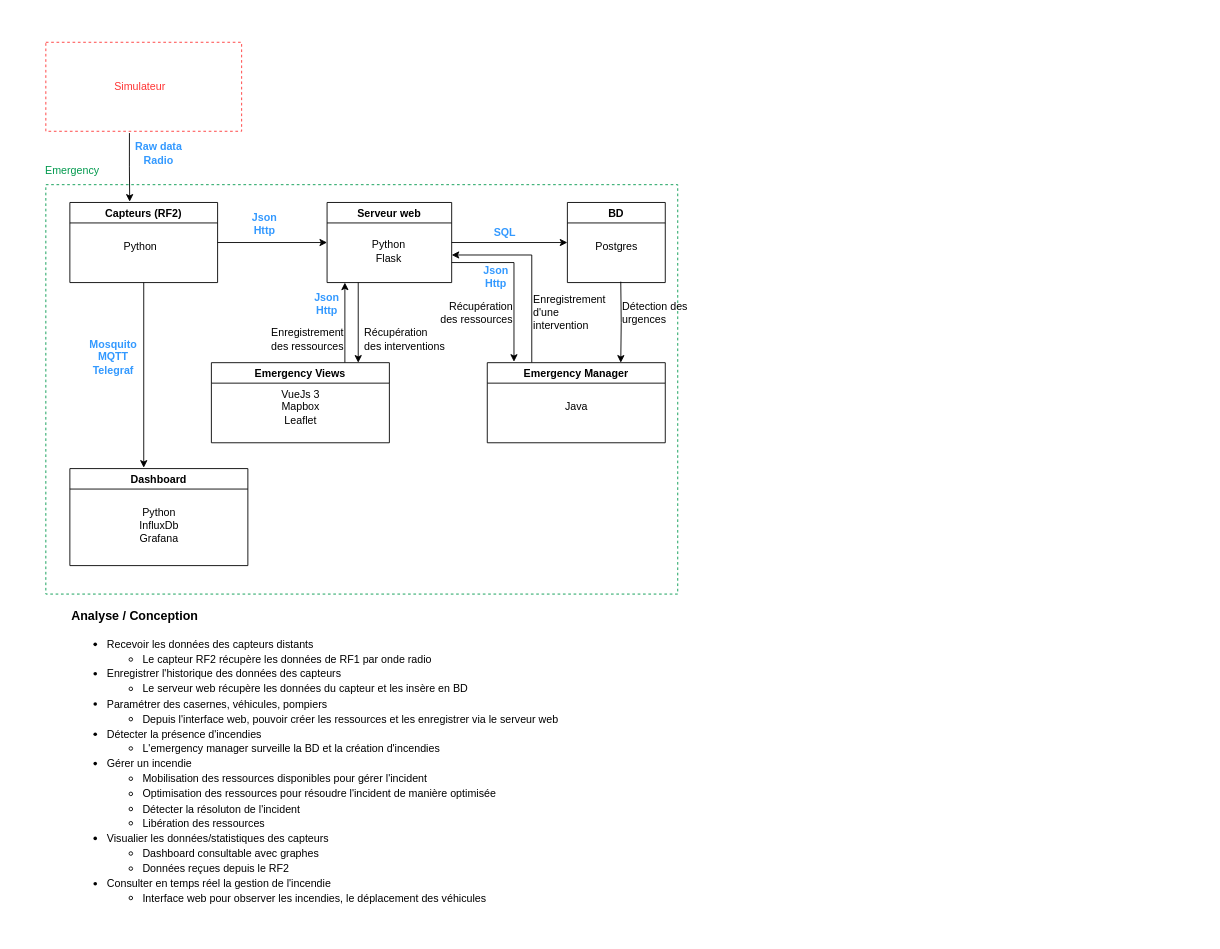
Before: Conception/Emergency_Analyse.drawio in GOROVSKY/projet-scientifique, a draw.io diagram. Source tidied: cells renumbered, new cells numbered last; positions are measured from the earlier drawing's top-left corner, leaving out a move shared by most shapes. Both pictures are drawn from the tidied source at 89%, with x=0, y=0 at pixel (45, 42).
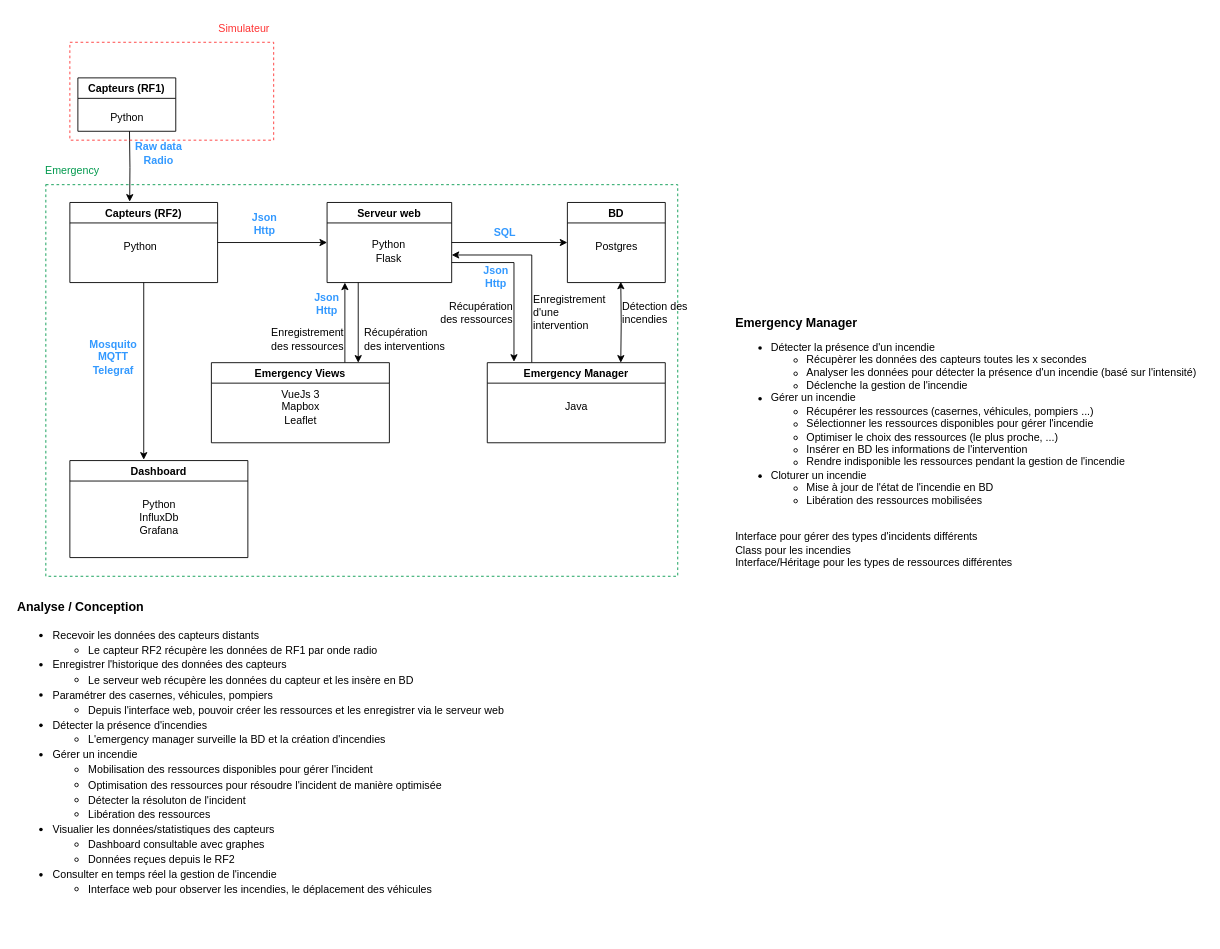
The same page after the edit.

The change refers to these unchanged cells:
```xml
<mxCell id="10" value="Capteurs (RF2)" style="swimlane;fontColor=#000000;strokeColor=#000000;fillColor=default;fontStyle=1;" parent="1" vertex="1">
  <mxGeometry x="27" y="180" width="166" height="90" as="geometry" />
</mxCell>
<mxCell id="16" value="Emergency Manager" style="swimlane;fontColor=#000000;strokeColor=#000000;fillColor=default;fontStyle=1;" parent="1" vertex="1">
  <mxGeometry x="496" y="360" width="200" height="90" as="geometry" />
</mxCell>
```

The edit, as a diff of the source:
```diff
@@
     <mxCell id="2" style="rounded=0;whiteSpace=wrap;html=1;dashed=1;fontColor=#00994D;strokeColor=#00994D;fillColor=none;" parent="1" vertex="1">
-      <mxGeometry y="160" width="710" height="460" as="geometry" />
+      <mxGeometry y="160" width="710" height="440" as="geometry" />
     </mxCell>
-    <mxCell id="3" style="edgeStyle=orthogonalEdgeStyle;rounded=0;jettySize=auto;html=1;entryX=0.405;entryY=-0.01;entryDx=0;entryDy=0;entryPerimeter=0;fontColor=#FF3333;exitX=0.427;exitY=1.02;exitDx=0;exitDy=0;exitPerimeter=0;" parent="1" edge="1" source="4" target="10">
-      <mxGeometry relative="1" as="geometry" />
+    <mxCell id="3" style="edgeStyle=orthogonalEdgeStyle;rounded=0;jettySize=auto;html=1;entryX=0.405;entryY=-0.01;entryDx=0;entryDy=0;entryPerimeter=0;fontColor=#FF3333;" parent="1" edge="1" target="10">
+      <mxGeometry relative="1" as="geometry">
+        <mxPoint x="94" y="100" as="sourcePoint" />
+      </mxGeometry>
     </mxCell>
     <mxCell id="4" style="rounded=0;whiteSpace=wrap;html=1;dashed=1;fontColor=#00994D;strokeColor=#FF3333;fillColor=none;" parent="1" vertex="1">
-      <mxGeometry width="220" height="100" as="geometry" />
+      <mxGeometry x="27" width="229" height="110" as="geometry" />
     </mxCell>
     <mxCell id="5" value="&lt;font color=&quot;#FF3333&quot;&gt;Simulateur&lt;/font&gt;" style="text;html=1;strokeColor=none;fillColor=none;align=center;verticalAlign=middle;whiteSpace=wrap;rounded=0;dashed=1;fontColor=#00994D;" parent="1" vertex="1">
-      <mxGeometry x="76" y="35" width="60" height="30" as="geometry" />
+      <mxGeometry x="193" y="-30" width="60" height="30" as="geometry" />
     </mxCell>
@@
-    <mxCell id="12" style="edgeStyle=orthogonalEdgeStyle;rounded=0;jettySize=auto;html=1;fontColor=#000000;entryX=0.75;entryY=0;entryDx=0;entryDy=0;" parent="1" edge="1" target="16">
+    <mxCell id="12" style="edgeStyle=orthogonalEdgeStyle;rounded=0;jettySize=auto;html=1;fontColor=#000000;entryX=0.75;entryY=0;entryDx=0;entryDy=0;startArrow=classic;startFill=1;" parent="1" edge="1" target="16">
       <mxGeometry relative="1" as="geometry">
         <mxPoint x="646" y="269" as="sourcePoint" />
       </mxGeometry>
     </mxCell>
@@
     <mxCell id="23" value="Dashboard" style="swimlane;fontColor=#000000;strokeColor=#000000;fillColor=default;fontStyle=1;" parent="1" vertex="1">
-      <mxGeometry x="27" y="479" width="200" height="109" as="geometry" />
+      <mxGeometry x="27" y="470" width="200" height="109" as="geometry" />
     </mxCell>
@@
-    <mxCell id="29" value="Détection des urgences" style="text;html=1;strokeColor=none;fillColor=none;align=left;verticalAlign=middle;whiteSpace=wrap;rounded=0;fontColor=#000000;" parent="1" vertex="1">
+    <mxCell id="29" value="Détection des incendies" style="text;html=1;strokeColor=none;fillColor=none;align=left;verticalAlign=middle;whiteSpace=wrap;rounded=0;fontColor=#000000;" parent="1" vertex="1">
       <mxGeometry x="646" y="289" width="100" height="30" as="geometry" />
     </mxCell>
@@
     <mxCell id="38" value="&lt;div style=&quot;font-size: 14px&quot; align=&quot;left&quot;&gt;&lt;b&gt;&lt;font style=&quot;font-size: 14px&quot;&gt;&lt;span&gt;&lt;font style=&quot;font-size: 14px&quot;&gt;Analyse / Conception&lt;/font&gt;&lt;/span&gt;&lt;/font&gt;&lt;/b&gt;&lt;/div&gt;&lt;div style=&quot;font-size: 14px&quot; align=&quot;left&quot;&gt;&lt;ul&gt;&lt;li&gt;&lt;font style=&quot;font-size: 12px&quot;&gt;Recevoir les données des capteurs&lt;span&gt; distants&lt;/span&gt;&lt;/font&gt;&lt;/li&gt;&lt;ul&gt;&lt;li&gt;&lt;font style=&quot;font-size: 12px&quot;&gt;&lt;span&gt;Le capteur RF2 récupère les données de RF1 par onde radio&lt;br&gt;&lt;/span&gt;&lt;span&gt;&lt;/span&gt;&lt;/font&gt;&lt;font style=&quot;font-size: 12px&quot;&gt;&lt;/font&gt;&lt;/li&gt;&lt;/ul&gt;&lt;li&gt;&lt;font style=&quot;font-size: 12px&quot;&gt;&lt;span&gt;Enregistrer l'historique des données des capteurs&lt;/span&gt;&lt;/font&gt;&lt;/li&gt;&lt;ul&gt;&lt;li&gt;&lt;font style=&quot;font-size: 12px&quot;&gt;&lt;span&gt;Le serveur web récupère les données du capteur et les insère en BD&lt;br&gt;&lt;/span&gt;&lt;/font&gt;&lt;/li&gt;&lt;/ul&gt;&lt;li&gt;&lt;font style=&quot;font-size: 12px&quot;&gt;&lt;span&gt;Paramétrer des casernes, véhicules, pompiers&lt;/span&gt;&lt;/font&gt;&lt;/li&gt;&lt;ul&gt;&lt;li&gt;&lt;font style=&quot;font-size: 12px&quot;&gt;&lt;span&gt;Depuis l'interface web, pouvoir créer les ressources et les enregistrer via le serveur web&lt;br&gt;&lt;/span&gt;&lt;/font&gt;&lt;/li&gt;&lt;/ul&gt;&lt;li&gt;&lt;font style=&quot;font-size: 12px&quot;&gt;&lt;span&gt;Détecter la présence d'incendies&lt;/span&gt;&lt;/font&gt;&lt;/li&gt;&lt;ul&gt;&lt;li&gt;&lt;font style=&quot;font-size: 12px&quot;&gt;&lt;span&gt;L'emergency manager surveille la BD et la création d'incendies&lt;/span&gt;&lt;/font&gt;&lt;/li&gt;&lt;/ul&gt;&lt;li&gt;&lt;font style=&quot;font-size: 12px&quot;&gt;&lt;span&gt;Gérer un incendie&lt;/span&gt;&lt;/font&gt;&lt;/li&gt;&lt;ul&gt;&lt;li&gt;&lt;font style=&quot;font-size: 12px&quot;&gt;&lt;span&gt;Mobilisation des ressources disponibles pour gérer l'incident&lt;/span&gt;&lt;/font&gt;&lt;/li&gt;&lt;li&gt;&lt;font style=&quot;font-size: 12px&quot;&gt;&lt;span&gt;Optimisation des ressources pour résoudre l'incident de manière optimisée&lt;/span&gt;&lt;/font&gt;&lt;/li&gt;&lt;li&gt;&lt;font style=&quot;font-size: 12px&quot;&gt;&lt;span&gt;Détecter la résoluton de l'incident &lt;br&gt;&lt;/span&gt;&lt;/font&gt;&lt;/li&gt;&lt;li&gt;&lt;font style=&quot;font-size: 12px&quot;&gt;&lt;span&gt;Libération des ressources&lt;br&gt;&lt;/span&gt;&lt;/font&gt;&lt;/li&gt;&lt;/ul&gt;&lt;li&gt;&lt;font style=&quot;font-size: 12px&quot;&gt;&lt;span&gt;Visualier les données/statistiques des capteurs&lt;/span&gt;&lt;/font&gt;&lt;/li&gt;&lt;ul&gt;&lt;li&gt;&lt;font style=&quot;font-size: 12px&quot;&gt;&lt;span&gt;Dashboard consultable avec graphes&lt;br&gt;&lt;/span&gt;&lt;/font&gt;&lt;/li&gt;&lt;li&gt;&lt;font style=&quot;font-size: 12px&quot;&gt;&lt;span&gt;Données reçues depuis le RF2&lt;br&gt;&lt;/span&gt;&lt;/font&gt;&lt;/li&gt;&lt;/ul&gt;&lt;li&gt;&lt;font style=&quot;font-size: 12px&quot;&gt;&lt;span&gt;Consulter en temps réel la gestion de l'incendie&lt;/span&gt;&lt;/font&gt;&lt;/li&gt;&lt;ul&gt;&lt;li&gt;&lt;font style=&quot;font-size: 12px&quot;&gt;&lt;span&gt;Interface web pour observer les incendies, le déplacement des véhicules&lt;br&gt;&lt;/span&gt;&lt;/font&gt;&lt;/li&gt;&lt;/ul&gt;&lt;/ul&gt;&lt;/div&gt;&lt;div style=&quot;font-size: 14px&quot; align=&quot;left&quot;&gt;&lt;font style=&quot;font-size: 14px&quot;&gt;&lt;span&gt;&lt;br&gt;&lt;/span&gt;&lt;/font&gt;&lt;/div&gt;" style="text;html=1;align=left;verticalAlign=top;strokeColor=none;fillColor=none;fontColor=#000000;fontStyle=0;" parent="1" vertex="1">
-      <mxGeometry x="27" y="630" width="560" height="330" as="geometry" />
+      <mxGeometry x="-34" y="620" width="560" height="330" as="geometry" />
     </mxCell>
+    <mxCell id="39" value="Capteurs (RF1)" style="swimlane;fontColor=#000000;strokeColor=#000000;fillColor=default;fontStyle=1;" parent="1" vertex="1">
+      <mxGeometry x="36" y="40" width="110" height="60" as="geometry" />
+    </mxCell>
+    <mxCell id="40" value="&lt;div&gt;Python&lt;/div&gt;" style="text;html=1;align=center;verticalAlign=middle;strokeColor=none;fillColor=none;fontColor=#000000;" parent="39" vertex="1">
+      <mxGeometry x="30" y="35" width="50" height="20" as="geometry" />
+    </mxCell>
+    <mxCell id="41" value="&lt;div style=&quot;font-size: 14px&quot; align=&quot;left&quot;&gt;&lt;b&gt;&lt;font style=&quot;font-size: 14px&quot;&gt;&lt;span&gt;Emergency Manager&lt;br&gt;&lt;/span&gt;&lt;/font&gt;&lt;/b&gt;&lt;/div&gt;&lt;div align=&quot;left&quot;&gt;&lt;ul&gt;&lt;li&gt;&lt;font style=&quot;font-size: 12px&quot;&gt;Détecter la présence d'un incendie&lt;/font&gt;&lt;/li&gt;&lt;ul&gt;&lt;li&gt;&lt;font style=&quot;font-size: 12px&quot;&gt;Récupèrer les données des capteurs toutes les x secondes&lt;/font&gt;&lt;/li&gt;&lt;li&gt;&lt;font style=&quot;font-size: 12px&quot;&gt;Analyser les données pour détecter la présence d'un incendie (basé sur l'intensité)&lt;/font&gt;&lt;/li&gt;&lt;li&gt;&lt;font style=&quot;font-size: 12px&quot;&gt;Déclenche la gestion de l'incendie&lt;br&gt;&lt;/font&gt;&lt;/li&gt;&lt;/ul&gt;&lt;li&gt;&lt;font style=&quot;font-size: 12px&quot;&gt;Gérer un incendie&lt;/font&gt;&lt;/li&gt;&lt;ul&gt;&lt;li&gt;&lt;font style=&quot;font-size: 12px&quot;&gt;Récupérer les ressources (casernes, véhicules, pompiers ...)&lt;/font&gt;&lt;/li&gt;&lt;li&gt;&lt;font style=&quot;font-size: 12px&quot;&gt;Sélectionner les ressources disponibles pour gérer l'incendie&lt;/font&gt;&lt;/li&gt;&lt;li&gt;&lt;font style=&quot;font-size: 12px&quot;&gt;Optimiser le choix des ressources (le plus proche, ...)&lt;/font&gt;&lt;/li&gt;&lt;li&gt;&lt;font style=&quot;font-size: 12px&quot;&gt;Insérer en BD les informations de l'intervention&lt;/font&gt;&lt;/li&gt;&lt;li&gt;&lt;font style=&quot;font-size: 12px&quot;&gt;Rendre indisponible les ressources pendant la gestion de l'incendie&lt;/font&gt;&lt;/li&gt;&lt;/ul&gt;&lt;li&gt;&lt;font style=&quot;font-size: 12px&quot;&gt;Cloturer un incendie&lt;/font&gt;&lt;/li&gt;&lt;ul&gt;&lt;li&gt;&lt;font style=&quot;font-size: 12px&quot;&gt;Mise à jour de l'état de l'incendie en BD&lt;/font&gt;&lt;/li&gt;&lt;li&gt;&lt;font style=&quot;font-size: 12px&quot;&gt;Libération des ressources mobilisées&lt;/font&gt;&lt;/li&gt;&lt;/ul&gt;&lt;/ul&gt;&lt;div&gt;&lt;br&gt;&lt;/div&gt;&lt;div&gt;Interface pour gérer des types d'incidents différents&lt;/div&gt;&lt;div&gt;Class pour les incendies &lt;br&gt;&lt;/div&gt;&lt;div&gt;Interface/Héritage pour les types de ressources différentes&lt;br&gt;&lt;/div&gt;&lt;/div&gt;&lt;div style=&quot;font-size: 14px&quot; align=&quot;left&quot;&gt;&lt;font style=&quot;font-size: 14px&quot;&gt;&lt;span&gt;&lt;br&gt;&lt;/span&gt;&lt;/font&gt;&lt;/div&gt;" style="text;html=1;align=left;verticalAlign=top;strokeColor=none;fillColor=none;fontColor=#000000;fontStyle=0;" parent="1" vertex="1">
+      <mxGeometry x="773" y="300" width="530" height="300" as="geometry" />
+    </mxCell>
```
